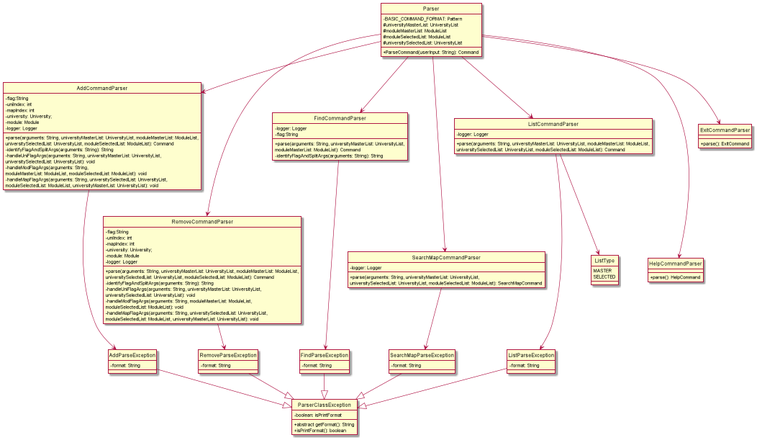
nus-cs2113-AY2122S1/tp keeps this PlantUML diagram as docs/images/parser.png. Above is the earlier version.
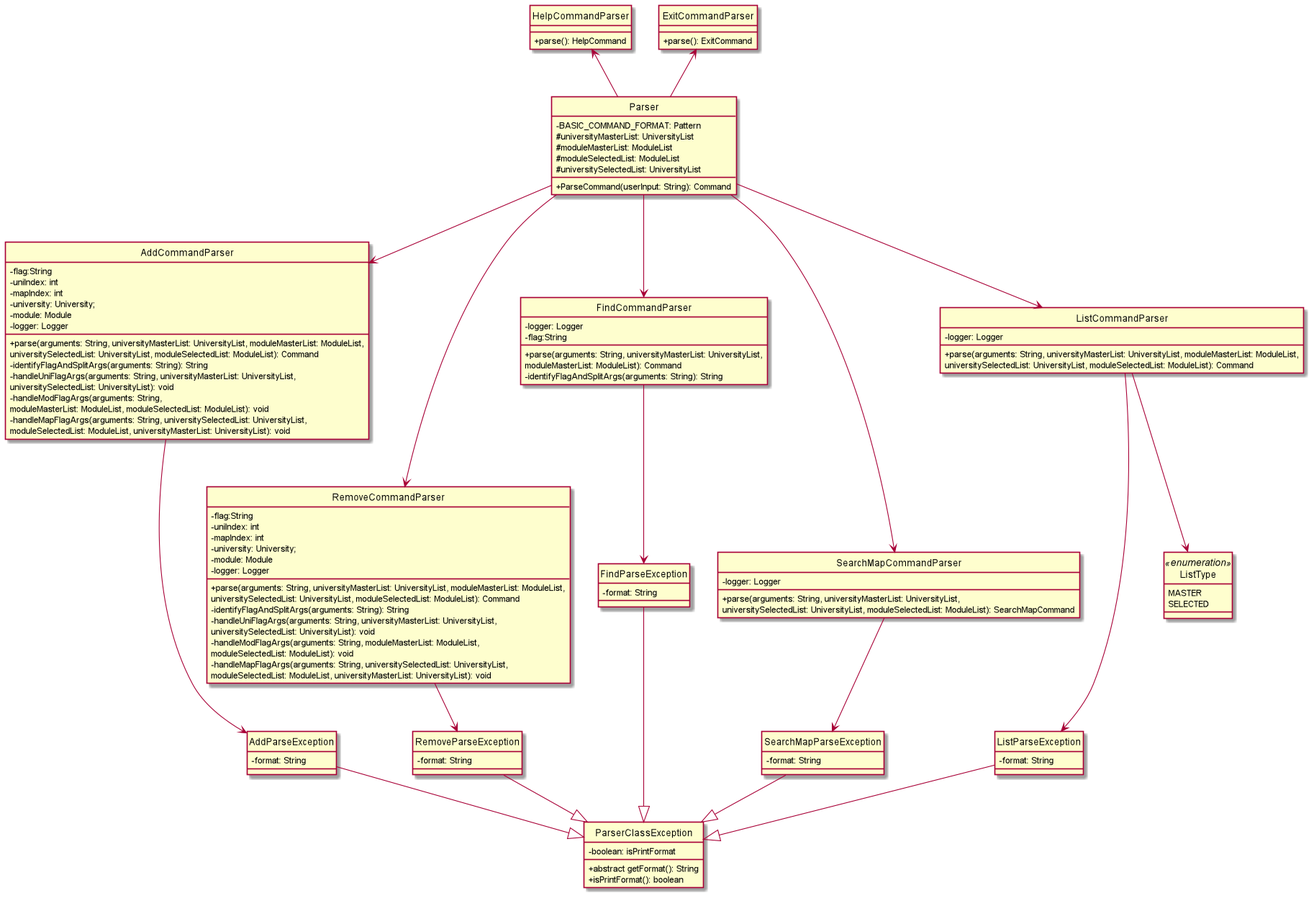
Above is the later version.

What changed in the source:
```diff
@@ -3,15 +3,15 @@
 hide circle
 skinparam classAttributeIconSize 0
 skinparam groupInheritance 2
-skinparam maxWidth 128
+skinparam maxWidth 256
 
+HelpCommandParser <-- Parser
+ExitCommandParser <-- Parser
 Parser --> AddCommandParser
 Parser ---> RemoveCommandParser
 Parser --> FindCommandParser
 Parser ---> SearchMapCommandParser
 Parser --> ListCommandParser
-Parser ---> HelpCommandParser
-Parser --> ExitCommandParser
 
 AddCommandParser --> AddParseException
 RemoveCommandParser --> RemoveParseException
@@ -108,7 +108,7 @@
     universitySelectedList: UniversityList, moduleSelectedList: ModuleList): SearchMapCommand
 }
 
-enum ListType {
+enum ListType <<enumeration>> {
 MASTER
 SELECTED
 }
```
